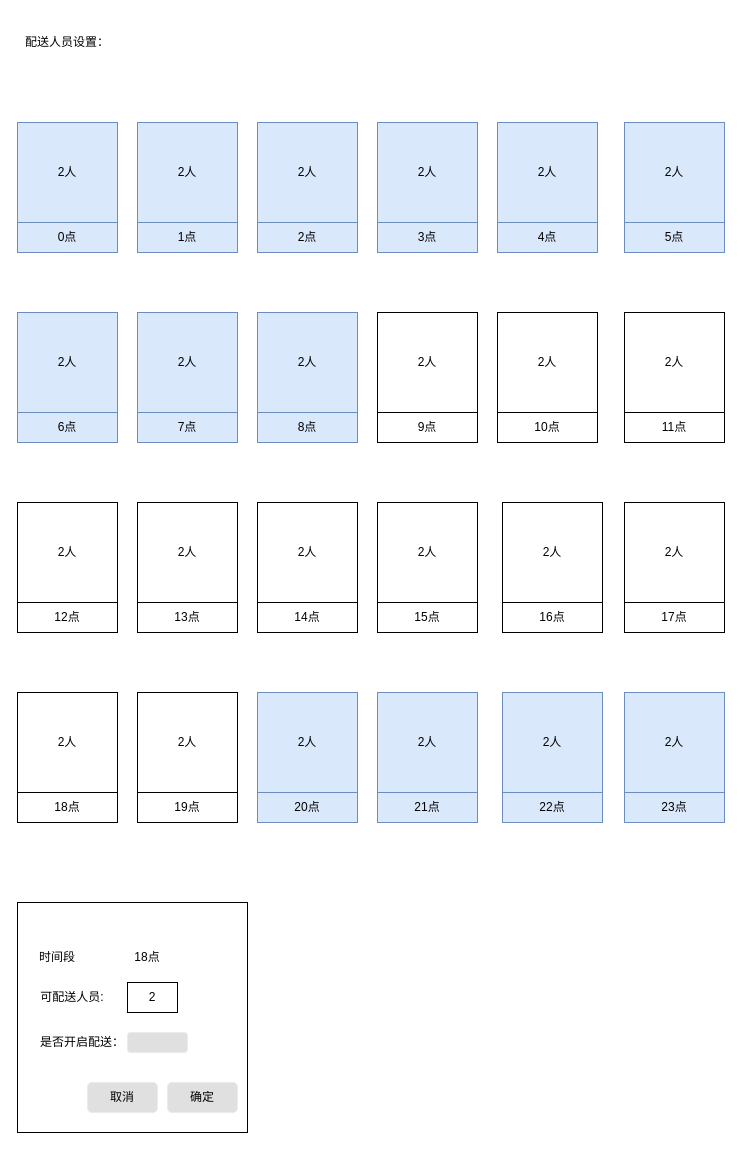
This is Mytst.drawio from loverfang/mydiagrams, a draw.io file, before an edit. Source tidied: cells renumbered, new cells numbered last; positions are measured from the earlier drawing's top-left corner, leaving out a move shared by most shapes. Both pictures are drawn from the tidied source at 100%, with x=0, y=0 at pixel (17, 22).
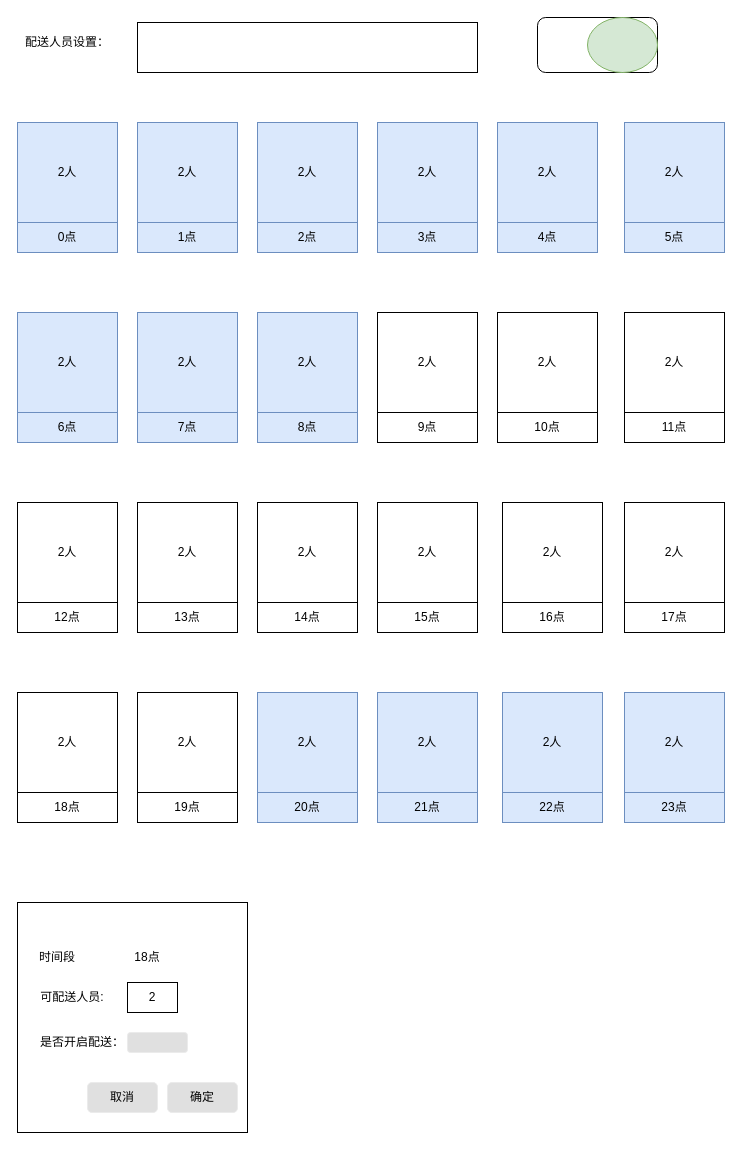
The same page after the edit.

The edit, as a diff of the source:
```diff
@@
+    <mxCell id="84" style="rounded=0;whiteSpace=wrap;html=1;" parent="1" vertex="1">
+      <mxGeometry x="120" width="340" height="50" as="geometry" />
+    </mxCell>
+    <mxCell id="85" style="rounded=1;whiteSpace=wrap;html=1;" parent="1" vertex="1">
+      <mxGeometry x="520" y="-5" width="120" height="55" as="geometry" />
+    </mxCell>
+    <mxCell id="86" style="ellipse;whiteSpace=wrap;html=1;fillColor=#d5e8d4;strokeColor=#82b366;" parent="1" vertex="1">
+      <mxGeometry x="570" y="-5" width="70" height="55" as="geometry" />
+    </mxCell>
```
